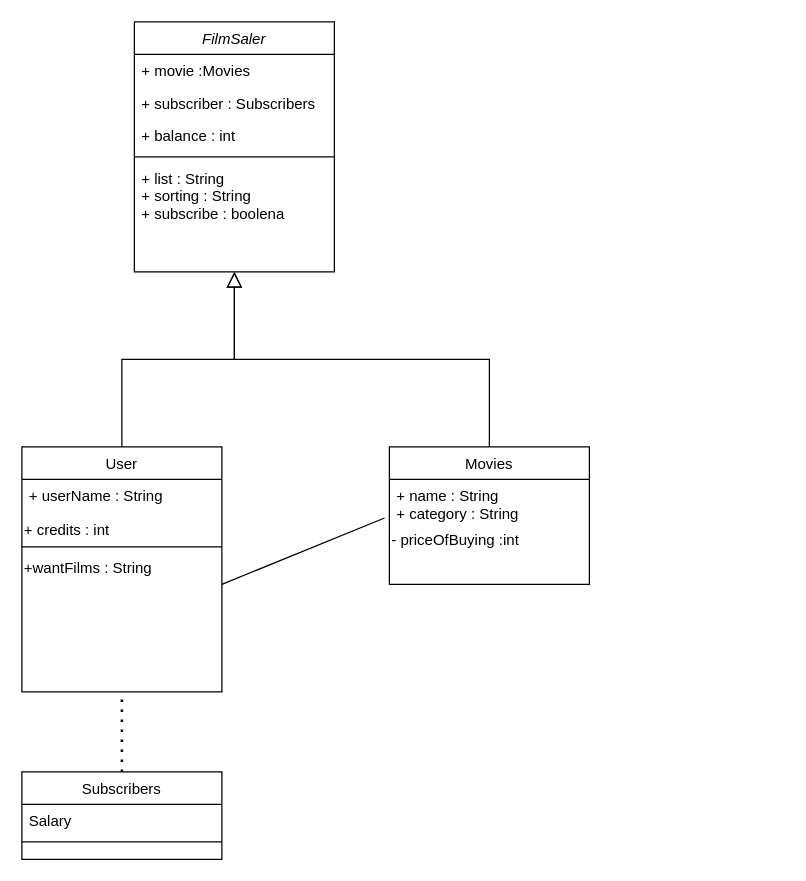
This is Başlıksız Diyagram.drawio from gokayoncu/OnlineFilmUML, a draw.io file, before an edit. Source tidied: cells renumbered, new cells numbered last; positions are measured from the earlier drawing's top-left corner, leaving out a move shared by most shapes. Both pictures are drawn from the tidied source at 125%, with x=0, y=0 at pixel (21, 21).
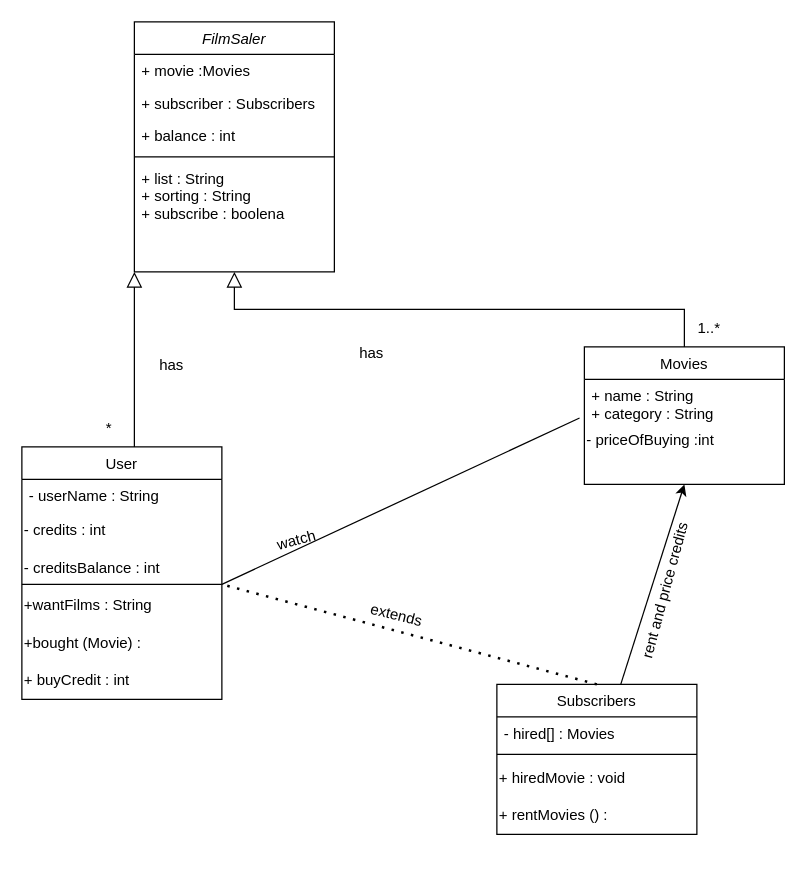
The same page after the edit.

Unchanged cells that the change refers to:
```xml
<mxCell id="2" value="FilmSaler" style="swimlane;fontStyle=2;align=center;verticalAlign=top;horizontal=1;startSize=26;rounded=0;shadow=0;strokeWidth=1;" parent="1" vertex="1">
  <mxGeometry x="90" width="160" height="200" as="geometry" />
</mxCell>
```

Change to the diagram source:
```diff
@@
     <mxCell id="8" value="User" style="swimlane;fontStyle=0;align=center;verticalAlign=top;horizontal=1;startSize=26;rounded=0;shadow=0;strokeWidth=1;" parent="1" vertex="1">
-      <mxGeometry y="340" width="160" height="196" as="geometry" />
+      <mxGeometry y="340" width="160" height="202" as="geometry" />
     </mxCell>
-    <mxCell id="9" value="+ userName : String" style="text;align=left;verticalAlign=top;spacingLeft=4;spacingRight=4;overflow=hidden;" parent="8" vertex="1">
+    <mxCell id="9" value="- userName : String" style="text;align=left;verticalAlign=top;spacingLeft=4;spacingRight=4;overflow=hidden;" parent="8" vertex="1">
       <mxGeometry y="26" width="160" height="26" as="geometry" />
     </mxCell>
-    <mxCell id="10" value="+ credits : int" style="text;html=1;strokeColor=none;fillColor=none;align=left;verticalAlign=middle;whiteSpace=wrap;rounded=0;" parent="8" vertex="1">
+    <mxCell id="10" value="- credits : int" style="text;html=1;strokeColor=none;fillColor=none;align=left;verticalAlign=middle;whiteSpace=wrap;rounded=0;" parent="8" vertex="1">
       <mxGeometry y="52" width="160" height="30" as="geometry" />
     </mxCell>
     <mxCell id="11" style="endArrow=none;html=1;rounded=0;" parent="8" edge="1">
       <mxGeometry relative="1" as="geometry">
-        <mxPoint y="80" as="sourcePoint" />
-        <mxPoint x="160" y="80" as="targetPoint" />
+        <mxPoint y="110" as="sourcePoint" />
+        <mxPoint x="160" y="110" as="targetPoint" />
         <Array as="points">
-          <mxPoint x="90" y="80" />
+          <mxPoint x="90" y="110" />
         </Array>
       </mxGeometry>
     </mxCell>
+    <mxCell id="23" value="- creditsBalance : int" style="text;html=1;strokeColor=none;fillColor=none;align=left;verticalAlign=middle;whiteSpace=wrap;rounded=0;" parent="8" vertex="1">
+      <mxGeometry y="82" width="160" height="30" as="geometry" />
+    </mxCell>
+    <mxCell id="24" value="+wantFilms : String" style="text;html=1;strokeColor=none;fillColor=none;align=left;verticalAlign=middle;whiteSpace=wrap;rounded=0;" parent="8" vertex="1">
+      <mxGeometry y="112" width="160" height="30" as="geometry" />
+    </mxCell>
-    <mxCell id="12" value="+wantFilms : String" style="text;html=1;strokeColor=none;fillColor=none;align=left;verticalAlign=middle;whiteSpace=wrap;rounded=0;" parent="8" vertex="1">
-      <mxGeometry y="82" width="160" height="30" as="geometry" />
+    <mxCell id="12" value="+bought (Movie) :" style="text;html=1;strokeColor=none;fillColor=none;align=left;verticalAlign=middle;whiteSpace=wrap;rounded=0;" parent="8" vertex="1">
+      <mxGeometry y="142" width="160" height="30" as="geometry" />
     </mxCell>
+    <mxCell id="25" value="+ buyCredit : int" style="text;html=1;strokeColor=none;fillColor=none;align=left;verticalAlign=middle;whiteSpace=wrap;rounded=0;" parent="8" vertex="1">
+      <mxGeometry y="172" width="160" height="30" as="geometry" />
+    </mxCell>
     <mxCell id="13" style="endArrow=block;endSize=10;endFill=0;shadow=0;strokeWidth=1;rounded=0;edgeStyle=elbowEdgeStyle;elbow=vertical;" parent="1" edge="1" source="8" target="2">
-      <mxGeometry relative="1" as="geometry" />
+      <mxGeometry relative="1" as="geometry">
+        <Array as="points">
+          <mxPoint x="90" y="230" />
+        </Array>
+      </mxGeometry>
     </mxCell>
     <mxCell id="14" value="Movies" style="swimlane;fontStyle=0;align=center;verticalAlign=top;horizontal=1;startSize=26;rounded=0;shadow=0;strokeWidth=1;" parent="1" vertex="1">
-      <mxGeometry x="294" y="340" width="160" height="110" as="geometry" />
+      <mxGeometry x="450" y="260" width="160" height="110" as="geometry" />
     </mxCell>
@@
     <mxCell id="18" value="Subscribers" style="swimlane;fontStyle=0;align=center;verticalAlign=top;horizontal=1;startSize=26;rounded=0;shadow=0;strokeWidth=1;" parent="1" vertex="1">
-      <mxGeometry y="600" width="160" height="70" as="geometry" />
+      <mxGeometry x="380" y="530" width="160" height="120" as="geometry" />
     </mxCell>
-    <mxCell id="19" value="Salary" style="text;align=left;verticalAlign=top;spacingLeft=4;spacingRight=4;overflow=hidden;" parent="18" vertex="1">
+    <mxCell id="19" value="- hired[] : Movies" style="text;align=left;verticalAlign=top;spacingLeft=4;spacingRight=4;overflow=hidden;" parent="18" vertex="1">
       <mxGeometry y="26" width="160" height="26" as="geometry" />
     </mxCell>
@@
+    <mxCell id="26" value="+ hiredMovie : void" style="text;html=1;align=left;verticalAlign=middle;strokeColor=none;fillColor=none;" parent="18" vertex="1">
+      <mxGeometry y="60" width="160" height="30" as="geometry" />
+    </mxCell>
+    <mxCell id="27" value="+ rentMovies () :" style="text;html=1;align=left;verticalAlign=middle;strokeColor=none;fillColor=none;" parent="18" vertex="1">
+      <mxGeometry y="90" width="160" height="30" as="geometry" />
+    </mxCell>
     <mxCell id="21" style="endArrow=none;dashed=1;html=1;dashPattern=1 3;strokeWidth=2;rounded=0;exitX=0.5;exitY=0;exitDx=0;exitDy=0;" parent="1" edge="1" source="18">
       <mxGeometry relative="1" as="geometry">
-        <mxPoint x="80" y="540" as="targetPoint" />
+        <mxPoint x="160" y="450" as="targetPoint" />
       </mxGeometry>
     </mxCell>
@@
+    <mxCell id="28" value="watch" style="text;html=1;strokeColor=none;fillColor=none;align=center;verticalAlign=middle;whiteSpace=wrap;rounded=0;rotation=-15;" parent="1" vertex="1">
+      <mxGeometry x="190" y="400" width="60" height="30" as="geometry" />
+    </mxCell>
+    <mxCell id="29" value="has" style="text;html=1;strokeColor=none;fillColor=none;align=center;verticalAlign=middle;whiteSpace=wrap;rounded=0;" parent="1" vertex="1">
+      <mxGeometry x="90" y="260" width="60" height="30" as="geometry" />
+    </mxCell>
+    <mxCell id="30" value="has" style="text;html=1;strokeColor=none;fillColor=none;align=center;verticalAlign=middle;whiteSpace=wrap;rounded=0;" parent="1" vertex="1">
+      <mxGeometry x="250" y="250" width="60" height="30" as="geometry" />
+    </mxCell>
+    <mxCell id="31" value="extends" style="text;html=1;strokeColor=none;fillColor=none;align=center;verticalAlign=middle;whiteSpace=wrap;rounded=0;rotation=14;" parent="1" vertex="1">
+      <mxGeometry x="270" y="460" width="60" height="30" as="geometry" />
+    </mxCell>
+    <mxCell id="32" value="1..*" style="text;html=1;strokeColor=none;fillColor=none;align=center;verticalAlign=middle;whiteSpace=wrap;rounded=0;" parent="1" vertex="1">
+      <mxGeometry x="520" y="230" width="60" height="30" as="geometry" />
+    </mxCell>
+    <mxCell id="33" value="*" style="text;html=1;strokeColor=none;fillColor=none;align=center;verticalAlign=middle;whiteSpace=wrap;rounded=0;" parent="1" vertex="1">
+      <mxGeometry x="60" y="310" width="20" height="30" as="geometry" />
+    </mxCell>
+    <mxCell id="34" style="endArrow=classic;html=1;rounded=0;entryX=0.5;entryY=1;entryDx=0;entryDy=0;" parent="1" edge="1" source="18" target="14">
+      <mxGeometry relative="1" as="geometry" />
+    </mxCell>
+    <mxCell id="35" value="rent and price credits" style="text;html=1;strokeColor=none;fillColor=none;align=center;verticalAlign=middle;whiteSpace=wrap;rounded=0;rotation=-75;" parent="1" vertex="1">
+      <mxGeometry x="420" y="440" width="190" height="30" as="geometry" />
+    </mxCell>
```
